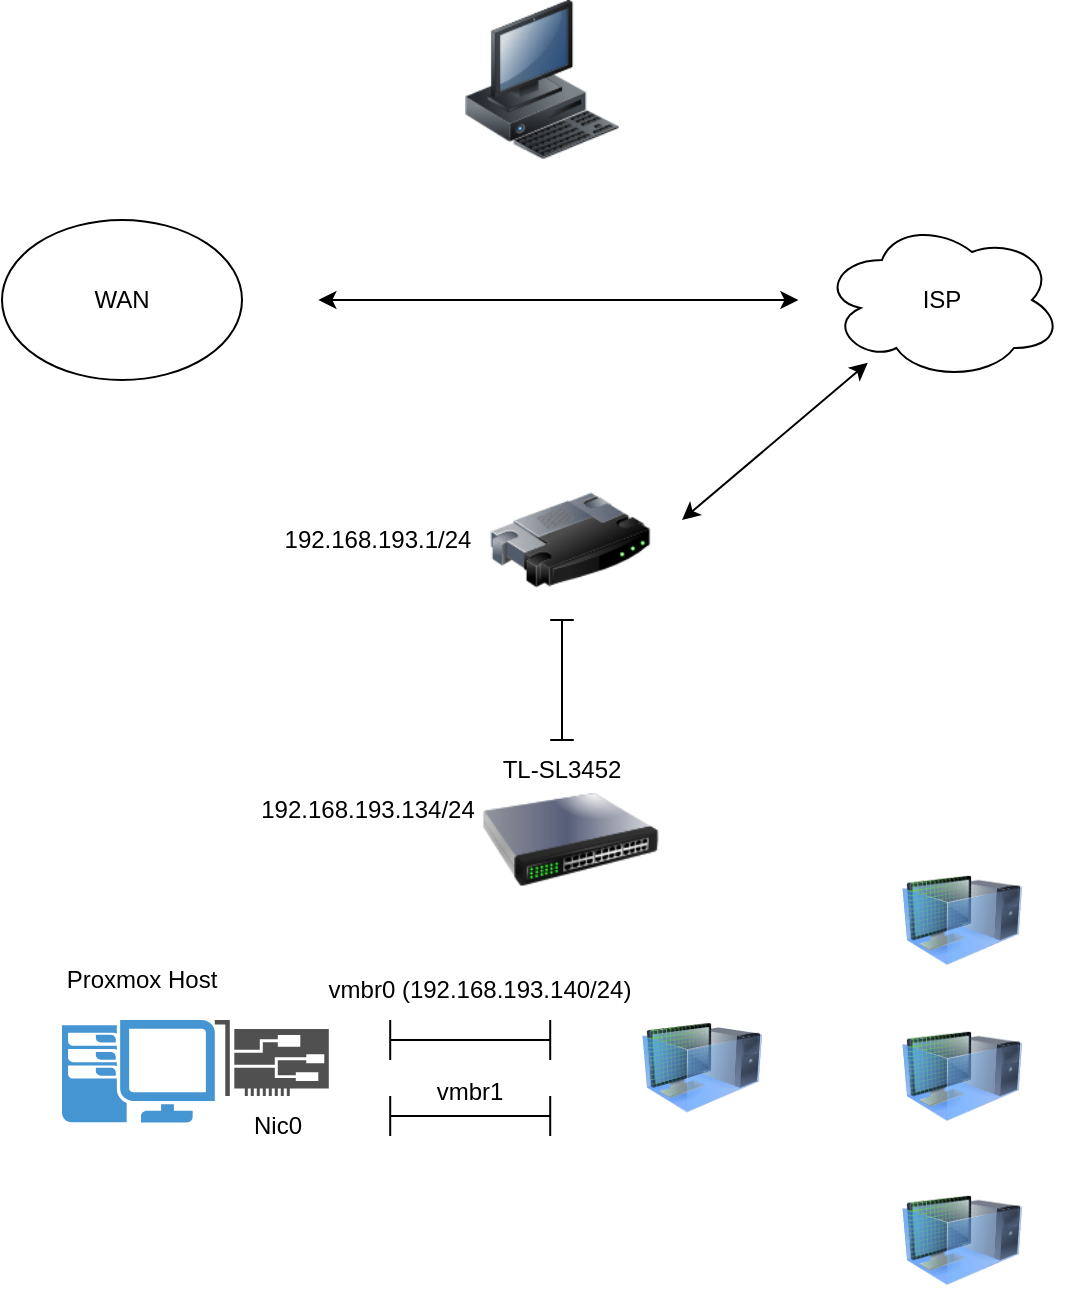
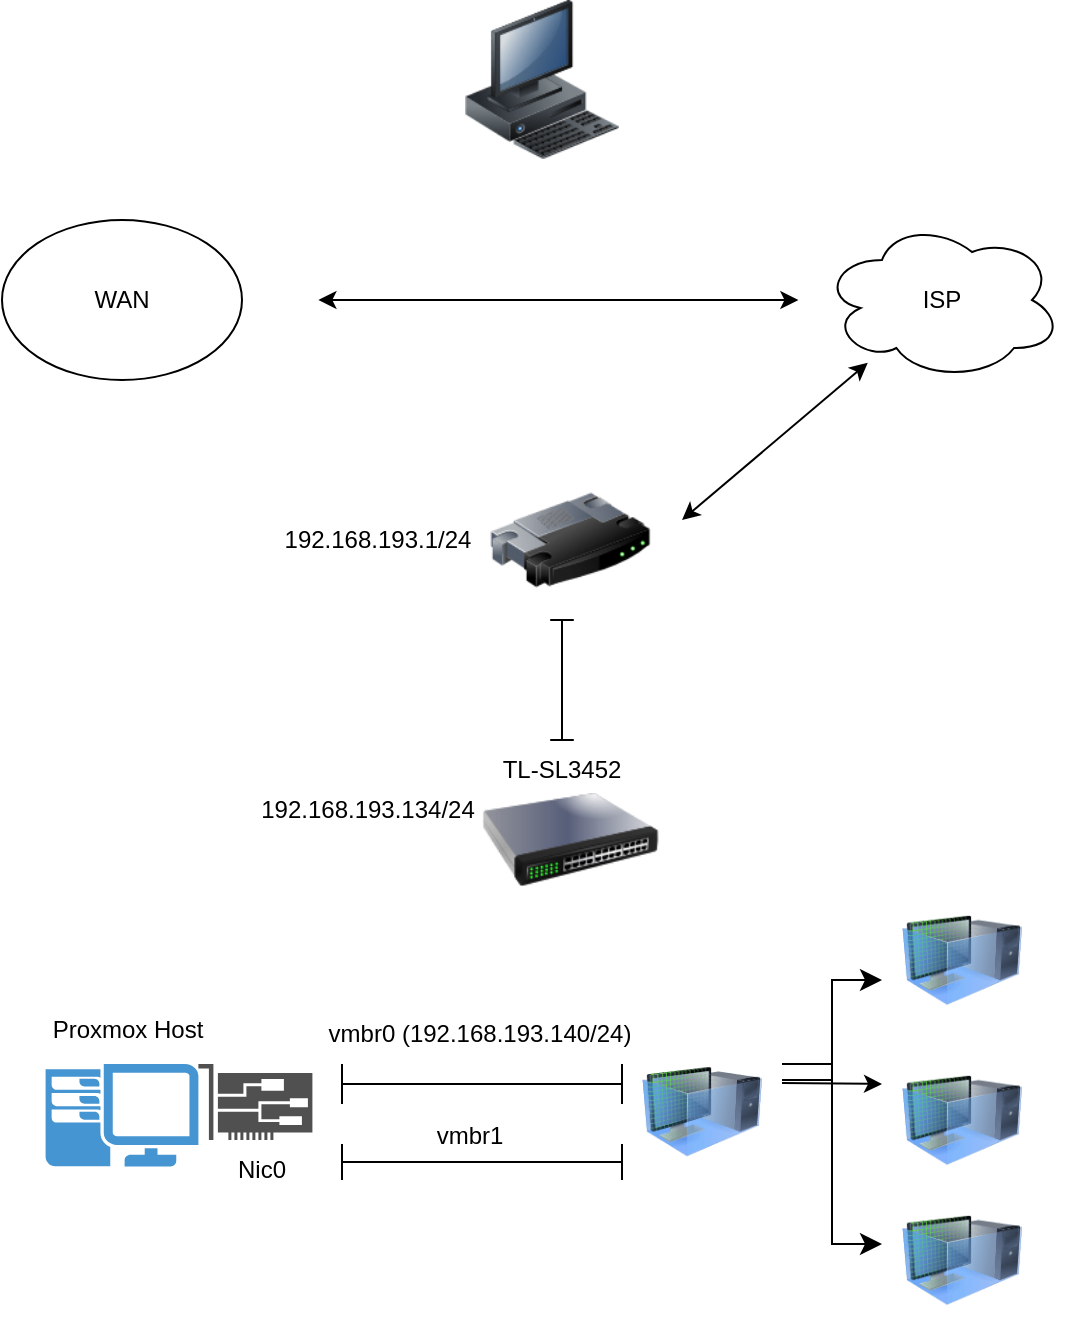
<mxfile host="app.diagrams.net">
  <diagram name="Page-1" id="zP4Ow8HyOkAsxJrq0pA5">
    <mxGraphModel dx="2054" dy="1183" grid="1" gridSize="10" guides="1" tooltips="1" connect="1" arrows="1" fold="1" page="1" pageScale="1" pageWidth="850" pageHeight="1100" math="0" shadow="0">
      <root>
        <mxCell id="0" />
        <mxCell id="1" parent="0" />
        <mxCell id="B65suDjGjgTJ9sO3S6Rg-1" parent="1" style="ellipse;whiteSpace=wrap;html=1;" value="WAN" vertex="1">
          <mxGeometry height="80" width="120" x="90" y="120" as="geometry" />
        </mxCell>
        <mxCell id="B65suDjGjgTJ9sO3S6Rg-2" parent="1" style="ellipse;shape=cloud;whiteSpace=wrap;html=1;" value="ISP" vertex="1">
          <mxGeometry height="80" width="120" x="500" y="120" as="geometry" />
        </mxCell>
        <mxCell id="B65suDjGjgTJ9sO3S6Rg-4" edge="1" parent="1" style="endArrow=classic;html=1;rounded=0;endFill=1;startArrow=classic;startFill=1;" value="">
          <mxGeometry height="50" relative="1" width="50" as="geometry">
            <mxPoint x="248.2" y="160" as="sourcePoint" />
            <mxPoint x="488.2" y="160" as="targetPoint" />
          </mxGeometry>
        </mxCell>
        <mxCell id="B65suDjGjgTJ9sO3S6Rg-5" parent="1" style="image;html=1;image=img/lib/clip_art/computers/Workstation_128x128.png" value="" vertex="1">
          <mxGeometry height="80" width="80" x="320" y="10" as="geometry" />
        </mxCell>
        <mxCell id="B65suDjGjgTJ9sO3S6Rg-6" parent="1" style="image;html=1;image=img/lib/clip_art/networking/Router_128x128.png" value="" vertex="1">
          <mxGeometry height="80" width="80" x="334.09999999999997" y="240" as="geometry" />
        </mxCell>
        <mxCell id="B65suDjGjgTJ9sO3S6Rg-7" parent="1" style="image;html=1;image=img/lib/clip_art/networking/Switch_128x128.png" value="" vertex="1">
          <mxGeometry height="80" width="88.2" x="330" y="390" as="geometry" />
        </mxCell>
        <mxCell id="B65suDjGjgTJ9sO3S6Rg-8" parent="1" style="pointerEvents=1;shadow=0;dashed=0;html=1;strokeColor=none;fillColor=#4495D1;labelPosition=center;verticalLabelPosition=bottom;verticalAlign=top;align=center;outlineConnect=0;shape=mxgraph.veeam.2d.workstation;" value="" vertex="1">
-           <mxGeometry height="51.2" width="76.4" x="120.00000000000001" y="520" as="geometry" />
+           <mxGeometry height="51.2" width="76.4" x="111.80000000000001" y="542" as="geometry" />
        </mxCell>
        <mxCell id="B65suDjGjgTJ9sO3S6Rg-9" parent="1" style="sketch=0;pointerEvents=1;shadow=0;dashed=0;html=1;strokeColor=none;fillColor=#505050;labelPosition=center;verticalLabelPosition=bottom;verticalAlign=top;outlineConnect=0;align=center;shape=mxgraph.office.devices.nic;" value="" vertex="1">
-           <mxGeometry height="38" width="57" x="196.39999999999998" y="520" as="geometry" />
+           <mxGeometry height="38" width="57" x="188.2" y="542" as="geometry" />
        </mxCell>
        <mxCell id="PM2nW5d5bkd0yUUsg2_K-1" parent="1" style="image;html=1;image=img/lib/clip_art/computers/Virtual_Machine_128x128.png" value="" vertex="1">
-           <mxGeometry height="65" width="60" x="410" y="511.2" as="geometry" />
+           <mxGeometry height="65" width="60" x="410" y="533.2" as="geometry" />
        </mxCell>
        <mxCell id="PM2nW5d5bkd0yUUsg2_K-2" parent="1" style="image;html=1;image=img/lib/clip_art/computers/Virtual_Machine_128x128.png" value="" vertex="1">
-           <mxGeometry height="60" width="60" x="540" y="440" as="geometry" />
+           <mxGeometry height="60" width="60" x="540" y="460" as="geometry" />
        </mxCell>
        <mxCell id="PM2nW5d5bkd0yUUsg2_K-3" parent="1" style="image;html=1;image=img/lib/clip_art/computers/Virtual_Machine_128x128.png" value="" vertex="1">
-           <mxGeometry height="60" width="60" x="540" y="518" as="geometry" />
+           <mxGeometry height="60" width="60" x="540" y="540" as="geometry" />
        </mxCell>
        <mxCell id="PM2nW5d5bkd0yUUsg2_K-4" parent="1" style="image;html=1;image=img/lib/clip_art/computers/Virtual_Machine_128x128.png" value="" vertex="1">
-           <mxGeometry height="60" width="60" x="540" y="600" as="geometry" />
+           <mxGeometry height="60" width="60" x="540" y="610" as="geometry" />
        </mxCell>
        <mxCell id="PM2nW5d5bkd0yUUsg2_K-5" parent="1" style="text;html=1;whiteSpace=wrap;strokeColor=none;fillColor=none;align=center;verticalAlign=middle;rounded=0;autosize=1;resizable=0;" value="TL-SL3452" vertex="1">
          <mxGeometry height="30" width="80" x="330" y="380" as="geometry" />
        </mxCell>
        <mxCell id="PM2nW5d5bkd0yUUsg2_K-6" parent="1" style="text;html=1;whiteSpace=wrap;strokeColor=none;fillColor=none;align=center;verticalAlign=middle;rounded=0;autosize=1;resizable=0;" value="192.168.193.134/24" vertex="1">
          <mxGeometry height="30" width="130" x="208.2" y="400" as="geometry" />
        </mxCell>
        <mxCell id="PM2nW5d5bkd0yUUsg2_K-7" parent="1" style="text;html=1;whiteSpace=wrap;strokeColor=none;fillColor=none;align=center;verticalAlign=middle;rounded=0;autosize=1;resizable=0;" value="Proxmox Host" vertex="1">
-           <mxGeometry height="30" width="100" x="110" y="485" as="geometry" />
+           <mxGeometry height="30" width="100" x="103.4" y="510" as="geometry" />
        </mxCell>
        <mxCell id="PM2nW5d5bkd0yUUsg2_K-8" edge="1" parent="1" style="endArrow=classic;html=1;rounded=0;endFill=1;startArrow=classic;startFill=1;" target="B65suDjGjgTJ9sO3S6Rg-2" value="">
          <mxGeometry height="50" relative="1" width="50" as="geometry">
            <mxPoint x="430" y="270" as="sourcePoint" />
            <mxPoint x="710" y="260" as="targetPoint" />
          </mxGeometry>
        </mxCell>
        <mxCell id="PM2nW5d5bkd0yUUsg2_K-9" parent="1" style="text;html=1;whiteSpace=wrap;strokeColor=none;fillColor=none;align=center;verticalAlign=middle;rounded=0;autosize=1;resizable=0;" value="192.168.193.1/24" vertex="1">
          <mxGeometry height="30" width="120" x="218.2" y="265" as="geometry" />
        </mxCell>
        <mxCell id="PM2nW5d5bkd0yUUsg2_K-10" parent="1" style="shape=crossbar;whiteSpace=wrap;html=1;rounded=1;direction=south;" value="" vertex="1">
          <mxGeometry height="60" width="11.8" x="364.09999999999997" y="320" as="geometry" />
        </mxCell>
        <mxCell id="PM2nW5d5bkd0yUUsg2_K-13" parent="1" style="shape=crossbar;whiteSpace=wrap;html=1;rounded=1;" value="" vertex="1">
-           <mxGeometry height="20" width="80" x="284.1" y="520" as="geometry" />
+           <mxGeometry height="20" width="140" x="260" y="542" as="geometry" />
        </mxCell>
        <mxCell id="PM2nW5d5bkd0yUUsg2_K-14" parent="1" style="shape=crossbar;whiteSpace=wrap;html=1;rounded=1;" value="" vertex="1">
-           <mxGeometry height="20" width="80" x="284.1" y="558" as="geometry" />
+           <mxGeometry height="18" width="140" x="260" y="582" as="geometry" />
        </mxCell>
        <mxCell id="PM2nW5d5bkd0yUUsg2_K-15" parent="1" style="text;html=1;whiteSpace=wrap;strokeColor=none;fillColor=none;align=center;verticalAlign=middle;rounded=0;autosize=1;resizable=0;" value="vmbr0 (192.168.193.140/24)" vertex="1">
-           <mxGeometry height="30" width="170" x="244.10000000000002" y="490" as="geometry" />
+           <mxGeometry height="30" width="170" x="244.10000000000002" y="512" as="geometry" />
        </mxCell>
        <mxCell id="PM2nW5d5bkd0yUUsg2_K-16" parent="1" style="text;html=1;whiteSpace=wrap;strokeColor=none;fillColor=none;align=center;verticalAlign=middle;rounded=0;autosize=1;resizable=0;" value="vmbr1" vertex="1">
-           <mxGeometry height="30" width="60" x="294.1" y="541.2" as="geometry" />
+           <mxGeometry height="30" width="60" x="294.1" y="563.2" as="geometry" />
        </mxCell>
        <mxCell id="PM2nW5d5bkd0yUUsg2_K-17" parent="1" style="text;html=1;whiteSpace=wrap;strokeColor=none;fillColor=none;align=center;verticalAlign=middle;rounded=0;autosize=1;resizable=0;" value="Nic0" vertex="1">
-           <mxGeometry height="30" width="50" x="203.4" y="558" as="geometry" />
+           <mxGeometry height="30" width="50" x="195.20000000000002" y="580" as="geometry" />
+         </mxCell>
+         <mxCell id="PM2nW5d5bkd0yUUsg2_K-19" edge="1" parent="1" style="edgeStyle=elbowEdgeStyle;elbow=horizontal;endArrow=classic;html=1;curved=0;rounded=0;endSize=8;startSize=8;" value="">
+           <mxGeometry height="50" relative="1" width="50" as="geometry">
+             <Array as="points">
+               <mxPoint x="505" y="542" />
+             </Array>
+             <mxPoint x="480" y="550" as="sourcePoint" />
+             <mxPoint x="530" y="500" as="targetPoint" />
+           </mxGeometry>
+         </mxCell>
+         <mxCell id="PM2nW5d5bkd0yUUsg2_K-21" edge="1" parent="1" style="endArrow=classic;html=1;rounded=0;" value="">
+           <mxGeometry height="50" relative="1" width="50" as="geometry">
+             <mxPoint x="480" y="551.5" as="sourcePoint" />
+             <mxPoint x="530" y="552" as="targetPoint" />
+           </mxGeometry>
+         </mxCell>
+         <mxCell id="PM2nW5d5bkd0yUUsg2_K-22" edge="1" parent="1" style="edgeStyle=elbowEdgeStyle;elbow=horizontal;endArrow=classic;html=1;curved=0;rounded=0;endSize=8;startSize=8;" value="">
+           <mxGeometry height="50" relative="1" width="50" as="geometry">
+             <Array as="points" />
+             <mxPoint x="480" y="542" as="sourcePoint" />
+             <mxPoint x="530" y="632" as="targetPoint" />
+           </mxGeometry>
        </mxCell>
      </root>
    </mxGraphModel>
  </diagram>
</mxfile>
